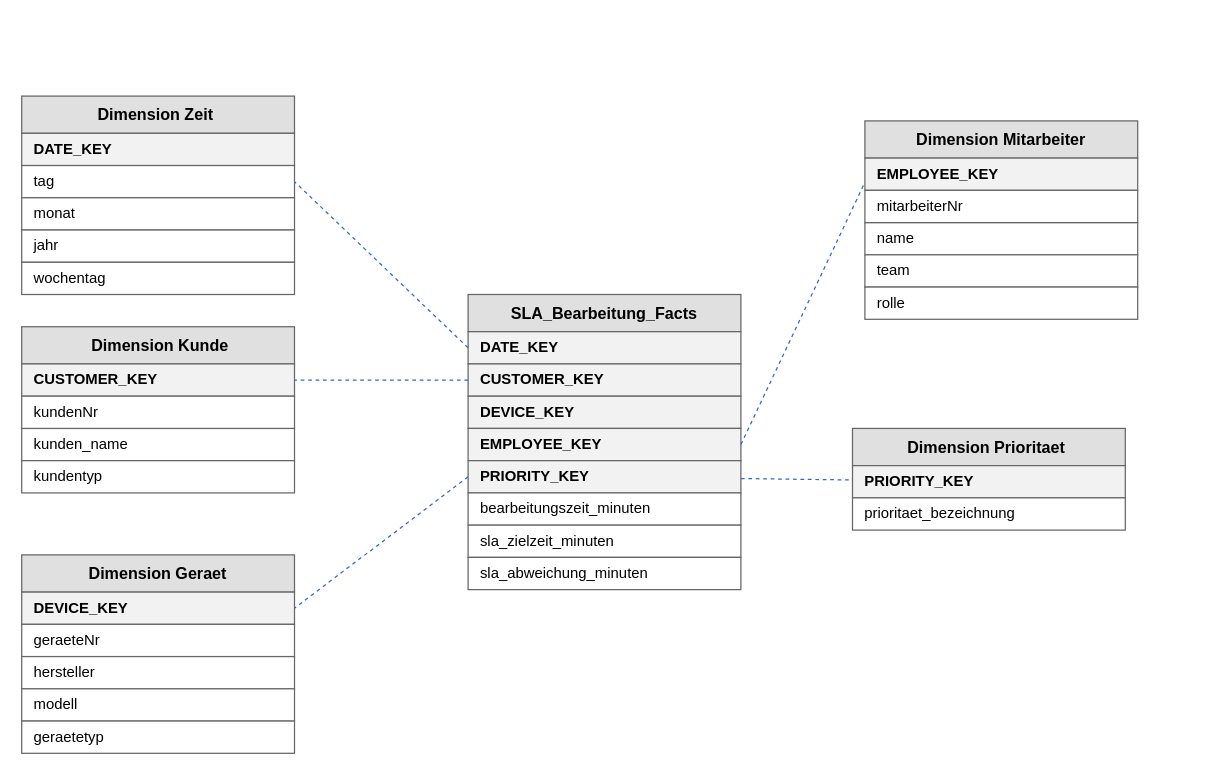
The draw.io diagram page "Star Schema - SLA Einhaltung" (1 of 2) of Dokumentation/star_schema_dwh.drawio in IchbinsTil/DVS, before the edit. Source tidied: cells renumbered, new cells numbered last; positions are measured from the earlier drawing's top-left corner, leaving out a move shared by most shapes. Both pictures are drawn from the tidied source at 124%, with x=0, y=0 at pixel (21, 95).
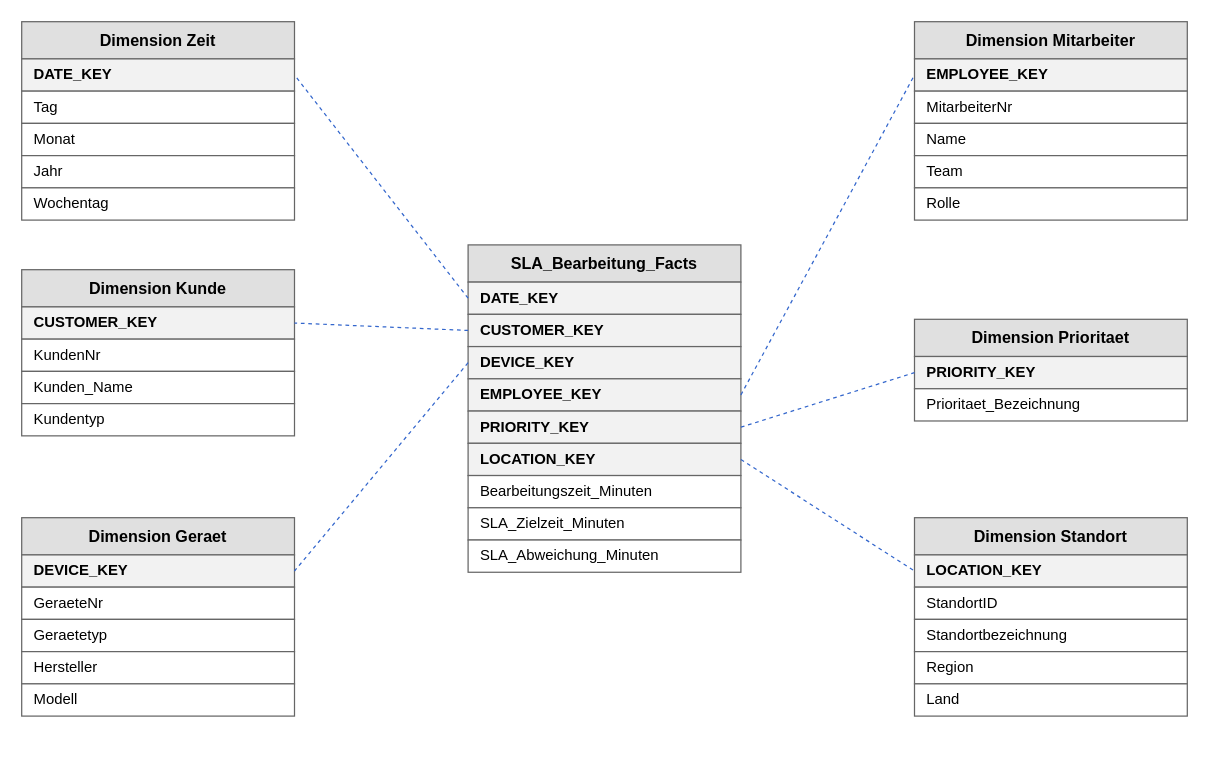
Above is the later version.

What changed in the source:
```diff
@@
     <mxCell id="2" value="SLA_Bearbeitung_Facts" style="rounded=0;whiteSpace=wrap;html=1;fillColor=#e0e0e0;strokeColor=#666666;fontStyle=1;fontSize=13;align=center;verticalAlign=middle;" parent="1" vertex="1">
-      <mxGeometry x="360" y="160" width="220" height="30" as="geometry" />
+      <mxGeometry x="360" y="120" width="220" height="30" as="geometry" />
     </mxCell>
     <mxCell id="3" value="DATE_KEY" style="rounded=0;whiteSpace=wrap;html=1;fillColor=#f2f2f2;strokeColor=#666666;fontStyle=1;fontSize=12;align=left;spacingLeft=8;" parent="1" vertex="1">
-      <mxGeometry x="360" y="190" width="220" height="26" as="geometry" />
+      <mxGeometry x="360" y="150" width="220" height="26" as="geometry" />
     </mxCell>
     <mxCell id="4" value="CUSTOMER_KEY" style="rounded=0;whiteSpace=wrap;html=1;fillColor=#f2f2f2;strokeColor=#666666;fontStyle=1;fontSize=12;align=left;spacingLeft=8;" parent="1" vertex="1">
-      <mxGeometry x="360" y="216" width="220" height="26" as="geometry" />
+      <mxGeometry x="360" y="176" width="220" height="26" as="geometry" />
     </mxCell>
     <mxCell id="5" value="DEVICE_KEY" style="rounded=0;whiteSpace=wrap;html=1;fillColor=#f2f2f2;strokeColor=#666666;fontStyle=1;fontSize=12;align=left;spacingLeft=8;" parent="1" vertex="1">
-      <mxGeometry x="360" y="242" width="220" height="26" as="geometry" />
+      <mxGeometry x="360" y="202" width="220" height="26" as="geometry" />
     </mxCell>
     <mxCell id="6" value="EMPLOYEE_KEY" style="rounded=0;whiteSpace=wrap;html=1;fillColor=#f2f2f2;strokeColor=#666666;fontStyle=1;fontSize=12;align=left;spacingLeft=8;" parent="1" vertex="1">
-      <mxGeometry x="360" y="268" width="220" height="26" as="geometry" />
+      <mxGeometry x="360" y="228" width="220" height="26" as="geometry" />
     </mxCell>
     <mxCell id="7" value="PRIORITY_KEY" style="rounded=0;whiteSpace=wrap;html=1;fillColor=#f2f2f2;strokeColor=#666666;fontStyle=1;fontSize=12;align=left;spacingLeft=8;" parent="1" vertex="1">
-      <mxGeometry x="360" y="294" width="220" height="26" as="geometry" />
+      <mxGeometry x="360" y="254" width="220" height="26" as="geometry" />
     </mxCell>
-    <mxCell id="8" value="bearbeitungszeit_minuten" style="rounded=0;whiteSpace=wrap;html=1;fillColor=#ffffff;strokeColor=#666666;fontSize=12;align=left;spacingLeft=8;" parent="1" vertex="1">
-      <mxGeometry x="360" y="320" width="220" height="26" as="geometry" />
+    <mxCell id="8" value="LOCATION_KEY" style="rounded=0;whiteSpace=wrap;html=1;fillColor=#f2f2f2;strokeColor=#666666;fontStyle=1;fontSize=12;align=left;spacingLeft=8;" parent="1" vertex="1">
+      <mxGeometry x="360" y="280" width="220" height="26" as="geometry" />
     </mxCell>
-    <mxCell id="9" value="sla_zielzeit_minuten" style="rounded=0;whiteSpace=wrap;html=1;fillColor=#ffffff;strokeColor=#666666;fontSize=12;align=left;spacingLeft=8;" parent="1" vertex="1">
-      <mxGeometry x="360" y="346" width="220" height="26" as="geometry" />
+    <mxCell id="9" value="Bearbeitungszeit_Minuten" style="rounded=0;whiteSpace=wrap;html=1;fillColor=#ffffff;strokeColor=#666666;fontSize=12;align=left;spacingLeft=8;" parent="1" vertex="1">
+      <mxGeometry x="360" y="306" width="220" height="26" as="geometry" />
     </mxCell>
-    <mxCell id="10" value="sla_abweichung_minuten" style="rounded=0;whiteSpace=wrap;html=1;fillColor=#ffffff;strokeColor=#666666;fontSize=12;align=left;spacingLeft=8;" parent="1" vertex="1">
-      <mxGeometry x="360" y="372" width="220" height="26" as="geometry" />
+    <mxCell id="10" value="SLA_Zielzeit_Minuten" style="rounded=0;whiteSpace=wrap;html=1;fillColor=#ffffff;strokeColor=#666666;fontSize=12;align=left;spacingLeft=8;" parent="1" vertex="1">
+      <mxGeometry x="360" y="332" width="220" height="26" as="geometry" />
     </mxCell>
+    <mxCell id="42" value="SLA_Abweichung_Minuten" style="rounded=0;whiteSpace=wrap;html=1;fillColor=#ffffff;strokeColor=#666666;fontSize=12;align=left;spacingLeft=8;" parent="1" vertex="1">
+      <mxGeometry x="360" y="358" width="220" height="26" as="geometry" />
+    </mxCell>
-    <mxCell id="11" value="Dimension Zeit&amp;nbsp;" style="rounded=0;whiteSpace=wrap;html=1;fillColor=#e0e0e0;strokeColor=#666666;fontStyle=1;fontSize=13;align=center;verticalAlign=middle;" parent="1" vertex="1">
-      <mxGeometry width="220" height="30" as="geometry" />
+    <mxCell id="11" value="Dimension Zeit" style="rounded=0;whiteSpace=wrap;html=1;fillColor=#e0e0e0;strokeColor=#666666;fontStyle=1;fontSize=13;align=center;verticalAlign=middle;" parent="1" vertex="1">
+      <mxGeometry y="-60" width="220" height="30" as="geometry" />
     </mxCell>
     <mxCell id="12" value="DATE_KEY" style="rounded=0;whiteSpace=wrap;html=1;fillColor=#f2f2f2;strokeColor=#666666;fontStyle=1;fontSize=12;align=left;spacingLeft=8;" parent="1" vertex="1">
-      <mxGeometry y="30" width="220" height="26" as="geometry" />
+      <mxGeometry y="-30" width="220" height="26" as="geometry" />
     </mxCell>
-    <mxCell id="13" value="tag" style="rounded=0;whiteSpace=wrap;html=1;fillColor=#ffffff;strokeColor=#666666;fontSize=12;align=left;spacingLeft=8;" parent="1" vertex="1">
-      <mxGeometry y="56" width="220" height="26" as="geometry" />
+    <mxCell id="13" value="Tag" style="rounded=0;whiteSpace=wrap;html=1;fillColor=#ffffff;strokeColor=#666666;fontSize=12;align=left;spacingLeft=8;" parent="1" vertex="1">
+      <mxGeometry y="-4" width="220" height="26" as="geometry" />
     </mxCell>
-    <mxCell id="14" value="monat" style="rounded=0;whiteSpace=wrap;html=1;fillColor=#ffffff;strokeColor=#666666;fontSize=12;align=left;spacingLeft=8;" parent="1" vertex="1">
-      <mxGeometry y="82" width="220" height="26" as="geometry" />
+    <mxCell id="14" value="Monat" style="rounded=0;whiteSpace=wrap;html=1;fillColor=#ffffff;strokeColor=#666666;fontSize=12;align=left;spacingLeft=8;" parent="1" vertex="1">
+      <mxGeometry y="22" width="220" height="26" as="geometry" />
     </mxCell>
-    <mxCell id="15" value="jahr" style="rounded=0;whiteSpace=wrap;html=1;fillColor=#ffffff;strokeColor=#666666;fontSize=12;align=left;spacingLeft=8;" parent="1" vertex="1">
-      <mxGeometry y="108" width="220" height="26" as="geometry" />
+    <mxCell id="15" value="Jahr" style="rounded=0;whiteSpace=wrap;html=1;fillColor=#ffffff;strokeColor=#666666;fontSize=12;align=left;spacingLeft=8;" parent="1" vertex="1">
+      <mxGeometry y="48" width="220" height="26" as="geometry" />
     </mxCell>
-    <mxCell id="16" value="wochentag" style="rounded=0;whiteSpace=wrap;html=1;fillColor=#ffffff;strokeColor=#666666;fontSize=12;align=left;spacingLeft=8;" parent="1" vertex="1">
-      <mxGeometry y="134" width="220" height="26" as="geometry" />
+    <mxCell id="16" value="Wochentag" style="rounded=0;whiteSpace=wrap;html=1;fillColor=#ffffff;strokeColor=#666666;fontSize=12;align=left;spacingLeft=8;" parent="1" vertex="1">
+      <mxGeometry y="74" width="220" height="26" as="geometry" />
     </mxCell>
-    <mxCell id="17" value="&amp;nbsp;Dimension Kunde" style="rounded=0;whiteSpace=wrap;html=1;fillColor=#e0e0e0;strokeColor=#666666;fontStyle=1;fontSize=13;align=center;verticalAlign=middle;" parent="1" vertex="1">
-      <mxGeometry y="186" width="220" height="30" as="geometry" />
+    <mxCell id="17" value="Dimension Kunde" style="rounded=0;whiteSpace=wrap;html=1;fillColor=#e0e0e0;strokeColor=#666666;fontStyle=1;fontSize=13;align=center;verticalAlign=middle;" parent="1" vertex="1">
+      <mxGeometry y="140" width="220" height="30" as="geometry" />
     </mxCell>
     <mxCell id="18" value="CUSTOMER_KEY" style="rounded=0;whiteSpace=wrap;html=1;fillColor=#f2f2f2;strokeColor=#666666;fontStyle=1;fontSize=12;align=left;spacingLeft=8;" parent="1" vertex="1">
-      <mxGeometry y="216" width="220" height="26" as="geometry" />
+      <mxGeometry y="170" width="220" height="26" as="geometry" />
     </mxCell>
-    <mxCell id="19" value="kunden_name" style="rounded=0;whiteSpace=wrap;html=1;fillColor=#ffffff;strokeColor=#666666;fontSize=12;align=left;spacingLeft=8;" parent="1" vertex="1">
-      <mxGeometry y="268" width="220" height="26" as="geometry" />
+    <mxCell id="19" value="KundenNr" style="rounded=0;whiteSpace=wrap;html=1;fillColor=#ffffff;strokeColor=#666666;fontSize=12;align=left;spacingLeft=8;" parent="1" vertex="1">
+      <mxGeometry y="196" width="220" height="26" as="geometry" />
     </mxCell>
-    <mxCell id="20" value="kundentyp" style="rounded=0;whiteSpace=wrap;html=1;fillColor=#ffffff;strokeColor=#666666;fontSize=12;align=left;spacingLeft=8;" parent="1" vertex="1">
-      <mxGeometry y="294" width="220" height="26" as="geometry" />
+    <mxCell id="20" value="Kunden_Name" style="rounded=0;whiteSpace=wrap;html=1;fillColor=#ffffff;strokeColor=#666666;fontSize=12;align=left;spacingLeft=8;" parent="1" vertex="1">
+      <mxGeometry y="222" width="220" height="26" as="geometry" />
     </mxCell>
+    <mxCell id="43" value="Kundentyp" style="rounded=0;whiteSpace=wrap;html=1;fillColor=#ffffff;strokeColor=#666666;fontSize=12;align=left;spacingLeft=8;" parent="1" vertex="1">
+      <mxGeometry y="248" width="220" height="26" as="geometry" />
+    </mxCell>
-    <mxCell id="21" value="&amp;nbsp;Dimension Geraet&amp;nbsp;" style="rounded=0;whiteSpace=wrap;html=1;fillColor=#e0e0e0;strokeColor=#666666;fontStyle=1;fontSize=13;align=center;verticalAlign=middle;" parent="1" vertex="1">
-      <mxGeometry y="370" width="220" height="30" as="geometry" />
+    <mxCell id="21" value="Dimension Geraet" style="rounded=0;whiteSpace=wrap;html=1;fillColor=#e0e0e0;strokeColor=#666666;fontStyle=1;fontSize=13;align=center;verticalAlign=middle;" parent="1" vertex="1">
+      <mxGeometry y="340" width="220" height="30" as="geometry" />
     </mxCell>
     <mxCell id="22" value="DEVICE_KEY" style="rounded=0;whiteSpace=wrap;html=1;fillColor=#f2f2f2;strokeColor=#666666;fontStyle=1;fontSize=12;align=left;spacingLeft=8;" parent="1" vertex="1">
-      <mxGeometry y="400" width="220" height="26" as="geometry" />
+      <mxGeometry y="370" width="220" height="26" as="geometry" />
     </mxCell>
-    <mxCell id="23" value="geraeteNr" style="rounded=0;whiteSpace=wrap;html=1;fillColor=#ffffff;strokeColor=#666666;fontSize=12;align=left;spacingLeft=8;" parent="1" vertex="1">
-      <mxGeometry y="426" width="220" height="26" as="geometry" />
+    <mxCell id="23" value="GeraeteNr" style="rounded=0;whiteSpace=wrap;html=1;fillColor=#ffffff;strokeColor=#666666;fontSize=12;align=left;spacingLeft=8;" parent="1" vertex="1">
+      <mxGeometry y="396" width="220" height="26" as="geometry" />
     </mxCell>
-    <mxCell id="24" value="hersteller" style="rounded=0;whiteSpace=wrap;html=1;fillColor=#ffffff;strokeColor=#666666;fontSize=12;align=left;spacingLeft=8;" parent="1" vertex="1">
-      <mxGeometry y="452" width="220" height="26" as="geometry" />
+    <mxCell id="24" value="Geraetetyp" style="rounded=0;whiteSpace=wrap;html=1;fillColor=#ffffff;strokeColor=#666666;fontSize=12;align=left;spacingLeft=8;" parent="1" vertex="1">
+      <mxGeometry y="422" width="220" height="26" as="geometry" />
     </mxCell>
-    <mxCell id="25" value="modell" style="rounded=0;whiteSpace=wrap;html=1;fillColor=#ffffff;strokeColor=#666666;fontSize=12;align=left;spacingLeft=8;" parent="1" vertex="1">
-      <mxGeometry y="478" width="220" height="26" as="geometry" />
+    <mxCell id="25" value="Hersteller" style="rounded=0;whiteSpace=wrap;html=1;fillColor=#ffffff;strokeColor=#666666;fontSize=12;align=left;spacingLeft=8;" parent="1" vertex="1">
+      <mxGeometry y="448" width="220" height="26" as="geometry" />
     </mxCell>
+    <mxCell id="44" value="Modell" style="rounded=0;whiteSpace=wrap;html=1;fillColor=#ffffff;strokeColor=#666666;fontSize=12;align=left;spacingLeft=8;" parent="1" vertex="1">
+      <mxGeometry y="474" width="220" height="26" as="geometry" />
+    </mxCell>
     <mxCell id="26" value="Dimension Mitarbeiter" style="rounded=0;whiteSpace=wrap;html=1;fillColor=#e0e0e0;strokeColor=#666666;fontStyle=1;fontSize=13;align=center;verticalAlign=middle;" parent="1" vertex="1">
-      <mxGeometry x="680" y="20" width="220" height="30" as="geometry" />
+      <mxGeometry x="720" y="-60" width="220" height="30" as="geometry" />
     </mxCell>
     <mxCell id="27" value="EMPLOYEE_KEY" style="rounded=0;whiteSpace=wrap;html=1;fillColor=#f2f2f2;strokeColor=#666666;fontStyle=1;fontSize=12;align=left;spacingLeft=8;" parent="1" vertex="1">
-      <mxGeometry x="680" y="50" width="220" height="26" as="geometry" />
+      <mxGeometry x="720" y="-30" width="220" height="26" as="geometry" />
     </mxCell>
-    <mxCell id="28" value="name" style="rounded=0;whiteSpace=wrap;html=1;fillColor=#ffffff;strokeColor=#666666;fontSize=12;align=left;spacingLeft=8;" parent="1" vertex="1">
-      <mxGeometry x="680" y="102" width="220" height="26" as="geometry" />
+    <mxCell id="28" value="MitarbeiterNr" style="rounded=0;whiteSpace=wrap;html=1;fillColor=#ffffff;strokeColor=#666666;fontSize=12;align=left;spacingLeft=8;" parent="1" vertex="1">
+      <mxGeometry x="720" y="-4" width="220" height="26" as="geometry" />
     </mxCell>
-    <mxCell id="29" value="team" style="rounded=0;whiteSpace=wrap;html=1;fillColor=#ffffff;strokeColor=#666666;fontSize=12;align=left;spacingLeft=8;" parent="1" vertex="1">
-      <mxGeometry x="680" y="128" width="220" height="26" as="geometry" />
+    <mxCell id="29" value="Name" style="rounded=0;whiteSpace=wrap;html=1;fillColor=#ffffff;strokeColor=#666666;fontSize=12;align=left;spacingLeft=8;" parent="1" vertex="1">
+      <mxGeometry x="720" y="22" width="220" height="26" as="geometry" />
     </mxCell>
-    <mxCell id="30" value="rolle" style="rounded=0;whiteSpace=wrap;html=1;fillColor=#ffffff;strokeColor=#666666;fontSize=12;align=left;spacingLeft=8;" parent="1" vertex="1">
-      <mxGeometry x="680" y="154" width="220" height="26" as="geometry" />
+    <mxCell id="30" value="Team" style="rounded=0;whiteSpace=wrap;html=1;fillColor=#ffffff;strokeColor=#666666;fontSize=12;align=left;spacingLeft=8;" parent="1" vertex="1">
+      <mxGeometry x="720" y="48" width="220" height="26" as="geometry" />
     </mxCell>
+    <mxCell id="45" value="Rolle" style="rounded=0;whiteSpace=wrap;html=1;fillColor=#ffffff;strokeColor=#666666;fontSize=12;align=left;spacingLeft=8;" parent="1" vertex="1">
+      <mxGeometry x="720" y="74" width="220" height="26" as="geometry" />
+    </mxCell>
-    <mxCell id="31" value="Dimension Prioritaet&amp;nbsp;" style="rounded=0;whiteSpace=wrap;html=1;fillColor=#e0e0e0;strokeColor=#666666;fontStyle=1;fontSize=13;align=center;verticalAlign=middle;" parent="1" vertex="1">
-      <mxGeometry x="670" y="268" width="220" height="30" as="geometry" />
+    <mxCell id="31" value="Dimension Prioritaet" style="rounded=0;whiteSpace=wrap;html=1;fillColor=#e0e0e0;strokeColor=#666666;fontStyle=1;fontSize=13;align=center;verticalAlign=middle;" parent="1" vertex="1">
+      <mxGeometry x="720" y="180" width="220" height="30" as="geometry" />
     </mxCell>
     <mxCell id="32" value="PRIORITY_KEY" style="rounded=0;whiteSpace=wrap;html=1;fillColor=#f2f2f2;strokeColor=#666666;fontStyle=1;fontSize=12;align=left;spacingLeft=8;" parent="1" vertex="1">
-      <mxGeometry x="670" y="298" width="220" height="26" as="geometry" />
+      <mxGeometry x="720" y="210" width="220" height="26" as="geometry" />
     </mxCell>
-    <mxCell id="33" value="prioritaet_bezeichnung" style="rounded=0;whiteSpace=wrap;html=1;fillColor=#ffffff;strokeColor=#666666;fontSize=12;align=left;spacingLeft=8;" parent="1" vertex="1">
-      <mxGeometry x="670" y="324" width="220" height="26" as="geometry" />
+    <mxCell id="33" value="Prioritaet_Bezeichnung" style="rounded=0;whiteSpace=wrap;html=1;fillColor=#ffffff;strokeColor=#666666;fontSize=12;align=left;spacingLeft=8;" parent="1" vertex="1">
+      <mxGeometry x="720" y="236" width="220" height="26" as="geometry" />
     </mxCell>
+    <mxCell id="46" value="Dimension Standort" style="rounded=0;whiteSpace=wrap;html=1;fillColor=#e0e0e0;strokeColor=#666666;fontStyle=1;fontSize=13;align=center;verticalAlign=middle;" parent="1" vertex="1">
+      <mxGeometry x="720" y="340" width="220" height="30" as="geometry" />
+    </mxCell>
+    <mxCell id="47" value="LOCATION_KEY" style="rounded=0;whiteSpace=wrap;html=1;fillColor=#f2f2f2;strokeColor=#666666;fontStyle=1;fontSize=12;align=left;spacingLeft=8;" parent="1" vertex="1">
+      <mxGeometry x="720" y="370" width="220" height="26" as="geometry" />
+    </mxCell>
+    <mxCell id="48" value="StandortID" style="rounded=0;whiteSpace=wrap;html=1;fillColor=#ffffff;strokeColor=#666666;fontSize=12;align=left;spacingLeft=8;" parent="1" vertex="1">
+      <mxGeometry x="720" y="396" width="220" height="26" as="geometry" />
+    </mxCell>
+    <mxCell id="49" value="Standortbezeichnung" style="rounded=0;whiteSpace=wrap;html=1;fillColor=#ffffff;strokeColor=#666666;fontSize=12;align=left;spacingLeft=8;" parent="1" vertex="1">
+      <mxGeometry x="720" y="422" width="220" height="26" as="geometry" />
+    </mxCell>
+    <mxCell id="50" value="Region" style="rounded=0;whiteSpace=wrap;html=1;fillColor=#ffffff;strokeColor=#666666;fontSize=12;align=left;spacingLeft=8;" parent="1" vertex="1">
+      <mxGeometry x="720" y="448" width="220" height="26" as="geometry" />
+    </mxCell>
+    <mxCell id="51" value="Land" style="rounded=0;whiteSpace=wrap;html=1;fillColor=#ffffff;strokeColor=#666666;fontSize=12;align=left;spacingLeft=8;" parent="1" vertex="1">
+      <mxGeometry x="720" y="474" width="220" height="26" as="geometry" />
+    </mxCell>
-    <mxCell id="34" style="html=1;endArrow=none;startArrow=none;dashed=1;strokeColor=#3366CC;strokeWidth=1;entryX=1;entryY=0.5;entryDx=0;entryDy=0;exitX=0;exitY=0.5;exitDx=0;exitDy=0;" parent="1" edge="1" source="3" target="13">
+    <mxCell id="34" style="html=1;endArrow=none;startArrow=none;dashed=1;strokeColor=#3366CC;strokeWidth=1;exitX=0;exitY=0.5;exitDx=0;exitDy=0;entryX=1;entryY=0.5;entryDx=0;entryDy=0;" parent="1" edge="1" source="3" target="12">
       <mxGeometry relative="1" as="geometry" />
     </mxCell>
-    <mxCell id="35" style="html=1;endArrow=none;startArrow=none;dashed=1;strokeColor=#3366CC;strokeWidth=1;" parent="1" edge="1" source="4" target="18">
+    <mxCell id="35" style="html=1;endArrow=none;startArrow=none;dashed=1;strokeColor=#3366CC;strokeWidth=1;exitX=0;exitY=0.5;exitDx=0;exitDy=0;entryX=1;entryY=0.5;entryDx=0;entryDy=0;" parent="1" edge="1" source="4" target="18">
       <mxGeometry relative="1" as="geometry" />
     </mxCell>
-    <mxCell id="36" style="html=1;endArrow=none;startArrow=none;dashed=1;strokeColor=#3366CC;strokeWidth=1;exitX=0;exitY=0.5;exitDx=0;exitDy=0;entryX=1;entryY=0.5;entryDx=0;entryDy=0;" parent="1" edge="1" source="7" target="22">
+    <mxCell id="36" style="html=1;endArrow=none;startArrow=none;dashed=1;strokeColor=#3366CC;strokeWidth=1;exitX=0;exitY=0.5;exitDx=0;exitDy=0;entryX=1;entryY=0.5;entryDx=0;entryDy=0;" parent="1" edge="1" source="5" target="22">
       <mxGeometry relative="1" as="geometry" />
     </mxCell>
-    <mxCell id="37" style="html=1;endArrow=none;startArrow=none;dashed=1;strokeColor=#3366CC;strokeWidth=1;exitX=1;exitY=0.5;exitDx=0;exitDy=0;entryX=0;entryY=0.75;entryDx=0;entryDy=0;" parent="1" edge="1" source="6" target="27">
+    <mxCell id="37" style="html=1;endArrow=none;startArrow=none;dashed=1;strokeColor=#3366CC;strokeWidth=1;exitX=1;exitY=0.5;exitDx=0;exitDy=0;entryX=0;entryY=0.5;entryDx=0;entryDy=0;" parent="1" edge="1" source="6" target="27">
       <mxGeometry relative="1" as="geometry" />
     </mxCell>
-    <mxCell id="38" style="html=1;endArrow=none;startArrow=none;dashed=1;strokeColor=#3366CC;strokeWidth=1;" parent="1" edge="1" source="7" target="32">
+    <mxCell id="38" style="html=1;endArrow=none;startArrow=none;dashed=1;strokeColor=#3366CC;strokeWidth=1;exitX=1;exitY=0.5;exitDx=0;exitDy=0;entryX=0;entryY=0.5;entryDx=0;entryDy=0;" parent="1" edge="1" source="7" target="32">
       <mxGeometry relative="1" as="geometry" />
     </mxCell>
-    <mxCell id="39" value="geraetetyp" style="rounded=0;whiteSpace=wrap;html=1;fillColor=#ffffff;strokeColor=#666666;fontSize=12;align=left;spacingLeft=8;" parent="1" vertex="1">
-      <mxGeometry y="504" width="220" height="26" as="geometry" />
-    </mxCell>
-    <mxCell id="40" value="mitarbeiterNr" style="rounded=0;whiteSpace=wrap;html=1;fillColor=#ffffff;strokeColor=#666666;fontSize=12;align=left;spacingLeft=8;" parent="1" vertex="1">
-      <mxGeometry x="680" y="76" width="220" height="26" as="geometry" />
-    </mxCell>
-    <mxCell id="41" value="kundenNr" style="rounded=0;whiteSpace=wrap;html=1;fillColor=#ffffff;strokeColor=#666666;fontSize=12;align=left;spacingLeft=8;" parent="1" vertex="1">
-      <mxGeometry y="242" width="220" height="26" as="geometry" />
-    </mxCell>
+    <mxCell id="52" style="html=1;endArrow=none;startArrow=none;dashed=1;strokeColor=#3366CC;strokeWidth=1;exitX=1;exitY=0.5;exitDx=0;exitDy=0;entryX=0;entryY=0.5;entryDx=0;entryDy=0;" parent="1" edge="1" source="8" target="47">
+      <mxGeometry relative="1" as="geometry" />
+    </mxCell>
```
